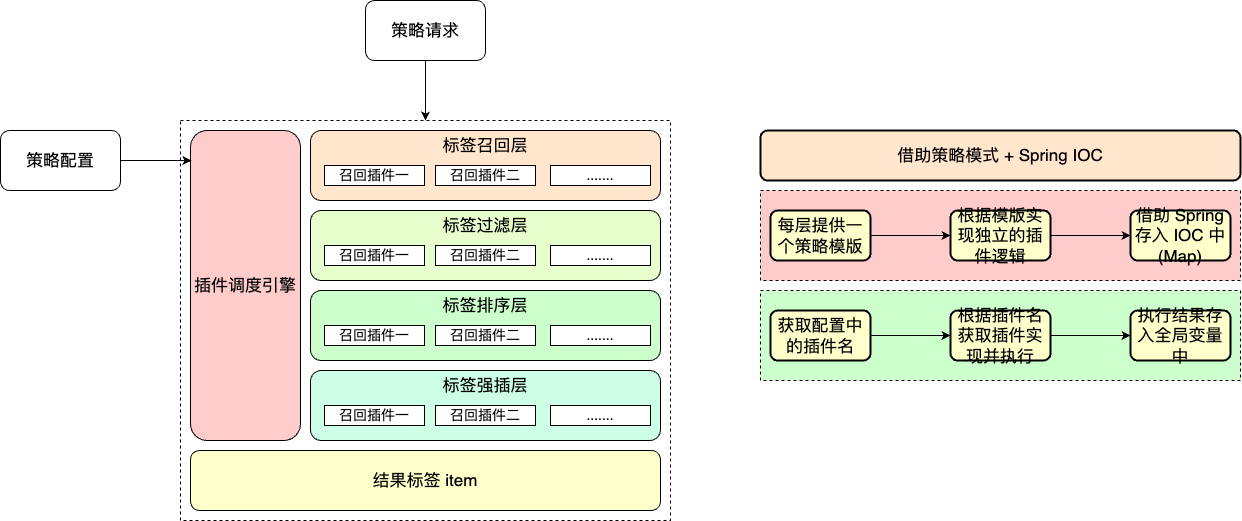
Before: work-draw-file/标签复用之详细说明.png, a diagram exported from draw.io (liujunao/draw-data). Source tidied: cells renumbered, new cells last; positions are measured from the earlier drawing's top-left corner, leaving out a move shared by most shapes.
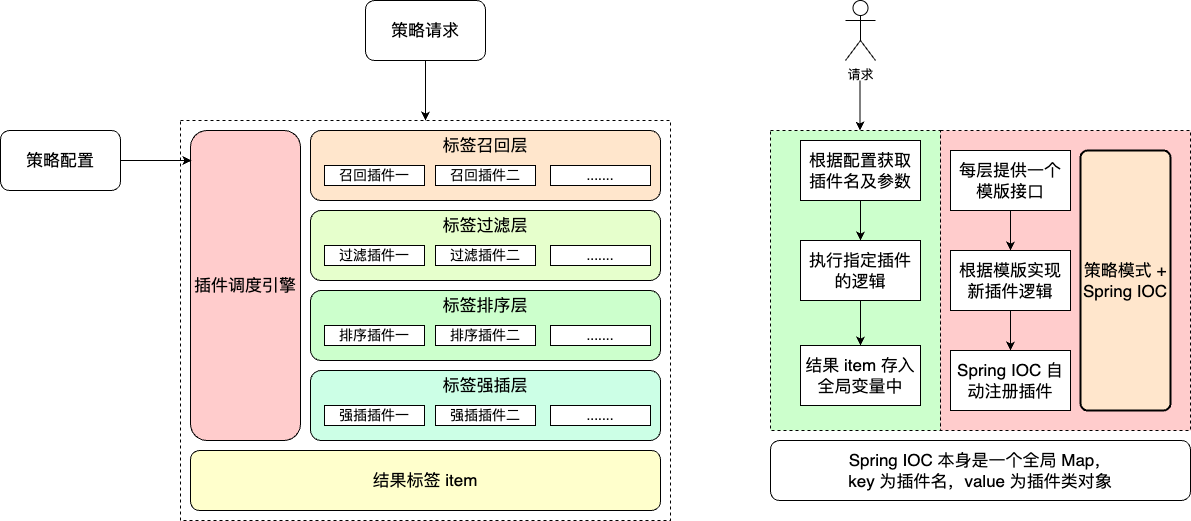
After the commit.

Commit message:
更新标签复用之详细说明.png

The edit, as a diff of the source:
```diff
@@ -6,47 +6,20 @@
       <mxGeometry x="180" y="120" width="490" height="400" as="geometry" />
     </mxCell>
     <mxCell id="3" style="rounded=0;whiteSpace=wrap;html=1;dashed=1;fillColor=#CCFFCC;" parent="1" vertex="1">
-      <mxGeometry x="760" y="290" width="480" height="90" as="geometry" />
+      <mxGeometry x="770" y="130" width="170" height="300" as="geometry" />
     </mxCell>
     <mxCell id="4" style="rounded=0;whiteSpace=wrap;html=1;dashed=1;fillColor=#FFCCCC;" parent="1" vertex="1">
-      <mxGeometry x="760" y="190" width="480" height="90" as="geometry" />
+      <mxGeometry x="940" y="130" width="250" height="300" as="geometry" />
     </mxCell>
-    <mxCell id="5" value="&lt;font style=&quot;font-size: 17px;&quot;&gt;借助策略模式 + Spring IOC&lt;/font&gt;" style="rounded=1;whiteSpace=wrap;html=1;absoluteArcSize=1;arcSize=14;strokeWidth=2;fillColor=#FFE6CC;" parent="1" vertex="1">
-      <mxGeometry x="760" y="130" width="480" height="50" as="geometry" />
+    <mxCell id="5" value="&lt;font style=&quot;font-size: 17px;&quot;&gt;策略模式 + Spring IOC&lt;/font&gt;" style="rounded=1;whiteSpace=wrap;html=1;absoluteArcSize=1;arcSize=14;strokeWidth=2;fillColor=#FFE6CC;" parent="1" vertex="1">
+      <mxGeometry x="1080" y="150" width="90" height="260" as="geometry" />
     </mxCell>
-    <mxCell id="6" style="edgeStyle=orthogonalEdgeStyle;rounded=0;jettySize=auto;html=1;exitX=1;exitY=0.5;exitDx=0;exitDy=0;" parent="1" edge="1" source="7" target="9">
-      <mxGeometry relative="1" as="geometry" />
-    </mxCell>
-    <mxCell id="7" value="&lt;font style=&quot;font-size: 17px;&quot;&gt;每层提供一个策略模版&lt;/font&gt;" style="rounded=1;whiteSpace=wrap;html=1;absoluteArcSize=1;arcSize=14;strokeWidth=2;fillColor=#FFFFCC;" parent="1" vertex="1">
-      <mxGeometry x="770" y="210" width="100" height="50" as="geometry" />
-    </mxCell>
-    <mxCell id="8" style="edgeStyle=orthogonalEdgeStyle;rounded=0;jettySize=auto;html=1;exitX=1;exitY=0.5;exitDx=0;exitDy=0;" parent="1" edge="1" source="9" target="10">
-      <mxGeometry relative="1" as="geometry" />
-    </mxCell>
-    <mxCell id="9" value="&lt;font style=&quot;font-size: 17px;&quot;&gt;根据模版实现独立的插件逻辑&lt;/font&gt;" style="rounded=1;whiteSpace=wrap;html=1;absoluteArcSize=1;arcSize=14;strokeWidth=2;fillColor=#FFFFCC;" parent="1" vertex="1">
-      <mxGeometry x="950" y="210" width="100" height="50" as="geometry" />
-    </mxCell>
-    <mxCell id="10" value="&lt;font style=&quot;font-size: 17px;&quot;&gt;借助 Spring 存入 IOC 中(Map)&lt;/font&gt;" style="rounded=1;whiteSpace=wrap;html=1;absoluteArcSize=1;arcSize=14;strokeWidth=2;fillColor=#FFFFCC;" parent="1" vertex="1">
-      <mxGeometry x="1130" y="210" width="100" height="50" as="geometry" />
-    </mxCell>
-    <mxCell id="11" style="edgeStyle=orthogonalEdgeStyle;rounded=0;orthogonalLoop=1;jettySize=auto;html=1;exitX=0.5;exitY=1;exitDx=0;exitDy=0;" parent="1" edge="1" source="10" target="10">
-      <mxGeometry relative="1" as="geometry" />
+    <mxCell id="11" style="edgeStyle=orthogonalEdgeStyle;rounded=0;orthogonalLoop=1;jettySize=auto;html=1;exitX=0.5;exitY=1;exitDx=0;exitDy=0;" parent="1" edge="1">
+      <mxGeometry relative="1" as="geometry">
+        <mxPoint x="950" y="270" as="sourcePoint" />
+        <mxPoint x="950" y="270" as="targetPoint" />
+      </mxGeometry>
     </mxCell>
-    <mxCell id="12" value="&lt;font style=&quot;font-size: 17px;&quot;&gt;执行结果存入全局变量中&lt;/font&gt;" style="rounded=1;whiteSpace=wrap;html=1;absoluteArcSize=1;arcSize=14;strokeWidth=2;fillColor=#FFFFCC;" parent="1" vertex="1">
-      <mxGeometry x="1130" y="310" width="100" height="50" as="geometry" />
-    </mxCell>
-    <mxCell id="13" style="edgeStyle=orthogonalEdgeStyle;rounded=0;jettySize=auto;html=1;exitX=1;exitY=0.5;exitDx=0;exitDy=0;entryX=0;entryY=0.5;entryDx=0;entryDy=0;" parent="1" edge="1" source="14" target="12">
-      <mxGeometry relative="1" as="geometry" />
-    </mxCell>
-    <mxCell id="14" value="&lt;font style=&quot;font-size: 17px;&quot;&gt;根据插件名获取插件实现并执行&lt;/font&gt;" style="rounded=1;whiteSpace=wrap;html=1;absoluteArcSize=1;arcSize=14;strokeWidth=2;fillColor=#FFFFCC;" parent="1" vertex="1">
-      <mxGeometry x="950" y="310" width="100" height="50" as="geometry" />
-    </mxCell>
-    <mxCell id="15" style="edgeStyle=orthogonalEdgeStyle;rounded=0;jettySize=auto;html=1;exitX=1;exitY=0.5;exitDx=0;exitDy=0;" parent="1" edge="1" source="16" target="14">
-      <mxGeometry relative="1" as="geometry" />
-    </mxCell>
-    <mxCell id="16" value="&lt;font style=&quot;font-size: 17px;&quot;&gt;获取配置中的插件名&lt;/font&gt;" style="rounded=1;whiteSpace=wrap;html=1;absoluteArcSize=1;arcSize=14;strokeWidth=2;fillColor=#FFFFCC;" parent="1" vertex="1">
-      <mxGeometry x="770" y="310" width="100" height="50" as="geometry" />
-    </mxCell>
     <mxCell id="17" value="&lt;font size=&quot;3&quot;&gt;标签召回层&lt;br&gt;&lt;br&gt;&lt;br&gt;&lt;/font&gt;" style="rounded=1;whiteSpace=wrap;html=1;fillColor=#FFE6CC;" parent="1" vertex="1">
       <mxGeometry x="310" y="130" width="350" height="70" as="geometry" />
     </mxCell>
@@ -77,10 +50,10 @@
     <mxCell id="26" value="&lt;font size=&quot;3&quot;&gt;标签过滤层&lt;br&gt;&lt;br&gt;&lt;br&gt;&lt;/font&gt;" style="rounded=1;whiteSpace=wrap;html=1;fillColor=#E6FFCC;" parent="1" vertex="1">
       <mxGeometry x="310" y="210" width="350" height="70" as="geometry" />
     </mxCell>
-    <mxCell id="27" value="&lt;font style=&quot;font-size: 14px;&quot;&gt;召回插件一&lt;/font&gt;" style="rounded=0;whiteSpace=wrap;html=1;" parent="1" vertex="1">
+    <mxCell id="27" value="&lt;font style=&quot;font-size: 14px;&quot;&gt;过滤插件一&lt;/font&gt;" style="rounded=0;whiteSpace=wrap;html=1;" parent="1" vertex="1">
       <mxGeometry x="324" y="245" width="100" height="20" as="geometry" />
     </mxCell>
-    <mxCell id="28" value="&lt;font style=&quot;font-size: 14px;&quot;&gt;召回插件二&lt;/font&gt;" style="rounded=0;whiteSpace=wrap;html=1;" parent="1" vertex="1">
+    <mxCell id="28" value="&lt;font style=&quot;font-size: 14px;&quot;&gt;过滤插件二&lt;/font&gt;" style="rounded=0;whiteSpace=wrap;html=1;" parent="1" vertex="1">
       <mxGeometry x="435" y="245" width="100" height="20" as="geometry" />
     </mxCell>
     <mxCell id="29" value="&lt;font style=&quot;font-size: 14px;&quot;&gt;.......&lt;/font&gt;" style="rounded=0;whiteSpace=wrap;html=1;" parent="1" vertex="1">
@@ -89,10 +62,10 @@
     <mxCell id="30" value="&lt;font size=&quot;3&quot;&gt;标签排序层&lt;br&gt;&lt;br&gt;&lt;br&gt;&lt;/font&gt;" style="rounded=1;whiteSpace=wrap;html=1;fillColor=#CCFFCC;" parent="1" vertex="1">
       <mxGeometry x="310" y="290" width="350" height="70" as="geometry" />
     </mxCell>
-    <mxCell id="31" value="&lt;font style=&quot;font-size: 14px;&quot;&gt;召回插件一&lt;/font&gt;" style="rounded=0;whiteSpace=wrap;html=1;" parent="1" vertex="1">
+    <mxCell id="31" value="&lt;font style=&quot;font-size: 14px;&quot;&gt;排序插件一&lt;/font&gt;" style="rounded=0;whiteSpace=wrap;html=1;" parent="1" vertex="1">
       <mxGeometry x="324" y="325" width="100" height="20" as="geometry" />
     </mxCell>
-    <mxCell id="32" value="&lt;font style=&quot;font-size: 14px;&quot;&gt;召回插件二&lt;/font&gt;" style="rounded=0;whiteSpace=wrap;html=1;" parent="1" vertex="1">
+    <mxCell id="32" value="&lt;font style=&quot;font-size: 14px;&quot;&gt;排序插件二&lt;/font&gt;" style="rounded=0;whiteSpace=wrap;html=1;" parent="1" vertex="1">
       <mxGeometry x="435" y="325" width="100" height="20" as="geometry" />
     </mxCell>
     <mxCell id="33" value="&lt;font style=&quot;font-size: 14px;&quot;&gt;.......&lt;/font&gt;" style="rounded=0;whiteSpace=wrap;html=1;" parent="1" vertex="1">
@@ -101,10 +74,10 @@
     <mxCell id="34" value="&lt;font size=&quot;3&quot;&gt;标签强插层&lt;br&gt;&lt;br&gt;&lt;br&gt;&lt;/font&gt;" style="rounded=1;whiteSpace=wrap;html=1;fillColor=#CCFFE6;" parent="1" vertex="1">
       <mxGeometry x="310" y="370" width="350" height="70" as="geometry" />
     </mxCell>
-    <mxCell id="35" value="&lt;font style=&quot;font-size: 14px;&quot;&gt;召回插件一&lt;/font&gt;" style="rounded=0;whiteSpace=wrap;html=1;" parent="1" vertex="1">
+    <mxCell id="35" value="&lt;font style=&quot;font-size: 14px;&quot;&gt;强插插件一&lt;/font&gt;" style="rounded=0;whiteSpace=wrap;html=1;" parent="1" vertex="1">
       <mxGeometry x="324" y="405" width="100" height="20" as="geometry" />
     </mxCell>
-    <mxCell id="36" value="&lt;font style=&quot;font-size: 14px;&quot;&gt;召回插件二&lt;/font&gt;" style="rounded=0;whiteSpace=wrap;html=1;" parent="1" vertex="1">
+    <mxCell id="36" value="&lt;font style=&quot;font-size: 14px;&quot;&gt;强插插件二&lt;/font&gt;" style="rounded=0;whiteSpace=wrap;html=1;" parent="1" vertex="1">
       <mxGeometry x="435" y="405" width="100" height="20" as="geometry" />
     </mxCell>
     <mxCell id="37" value="&lt;font style=&quot;font-size: 14px;&quot;&gt;.......&lt;/font&gt;" style="rounded=0;whiteSpace=wrap;html=1;" parent="1" vertex="1">
@@ -113,5 +86,47 @@
     <mxCell id="38" style="edgeStyle=orthogonalEdgeStyle;rounded=0;jettySize=auto;html=1;exitX=1;exitY=0.5;exitDx=0;exitDy=0;entryX=0.009;entryY=0.097;entryDx=0;entryDy=0;entryPerimeter=0;" parent="1" edge="1" source="20" target="18">
       <mxGeometry relative="1" as="geometry" />
     </mxCell>
+    <mxCell id="39" style="edgeStyle=orthogonalEdgeStyle;rounded=0;jettySize=auto;html=1;exitX=0.5;exitY=1;exitDx=0;exitDy=0;entryX=0.5;entryY=0;entryDx=0;entryDy=0;" parent="1" edge="1" source="40" target="42">
+      <mxGeometry relative="1" as="geometry" />
+    </mxCell>
+    <mxCell id="40" value="&lt;font style=&quot;font-size: 17px;&quot;&gt;每层提供一个模版接口&lt;/font&gt;" style="rounded=0;whiteSpace=wrap;html=1;" parent="1" vertex="1">
+      <mxGeometry x="950" y="150" width="120" height="60" as="geometry" />
+    </mxCell>
+    <mxCell id="41" style="edgeStyle=orthogonalEdgeStyle;rounded=0;jettySize=auto;html=1;exitX=0.5;exitY=1;exitDx=0;exitDy=0;entryX=0.5;entryY=0;entryDx=0;entryDy=0;" parent="1" edge="1" source="42" target="43">
+      <mxGeometry relative="1" as="geometry" />
+    </mxCell>
+    <mxCell id="42" value="&lt;font style=&quot;font-size: 17px;&quot;&gt;根据模版实现新插件逻辑&lt;/font&gt;" style="rounded=0;whiteSpace=wrap;html=1;" parent="1" vertex="1">
+      <mxGeometry x="950" y="250" width="120" height="60" as="geometry" />
+    </mxCell>
+    <mxCell id="43" value="&lt;font size=&quot;3&quot;&gt;Spring IOC 自动注册插件&lt;/font&gt;" style="rounded=0;whiteSpace=wrap;html=1;" parent="1" vertex="1">
+      <mxGeometry x="950" y="350" width="120" height="60" as="geometry" />
+    </mxCell>
+    <mxCell id="44" style="edgeStyle=orthogonalEdgeStyle;rounded=0;jettySize=auto;html=1;exitX=0.5;exitY=1;exitDx=0;exitDy=0;" parent="1" edge="1" source="45" target="47">
+      <mxGeometry relative="1" as="geometry" />
+    </mxCell>
+    <mxCell id="45" value="&lt;font size=&quot;3&quot;&gt;根据配置获取插件名及参数&lt;/font&gt;" style="rounded=0;whiteSpace=wrap;html=1;" parent="1" vertex="1">
+      <mxGeometry x="800" y="140" width="120" height="60" as="geometry" />
+    </mxCell>
+    <mxCell id="46" style="edgeStyle=orthogonalEdgeStyle;rounded=0;jettySize=auto;html=1;exitX=0.5;exitY=1;exitDx=0;exitDy=0;entryX=0.5;entryY=0;entryDx=0;entryDy=0;" parent="1" edge="1" source="47" target="48">
+      <mxGeometry relative="1" as="geometry" />
+    </mxCell>
+    <mxCell id="47" value="&lt;font size=&quot;3&quot;&gt;执行指定插件的逻辑&lt;/font&gt;" style="rounded=0;whiteSpace=wrap;html=1;" parent="1" vertex="1">
+      <mxGeometry x="800" y="240" width="120" height="60" as="geometry" />
+    </mxCell>
+    <mxCell id="48" value="&lt;font size=&quot;3&quot;&gt;结果 item 存入全局变量中&lt;/font&gt;" style="rounded=0;whiteSpace=wrap;html=1;" parent="1" vertex="1">
+      <mxGeometry x="800" y="345" width="120" height="60" as="geometry" />
+    </mxCell>
+    <mxCell id="49" value="&lt;font size=&quot;3&quot;&gt;Spring IOC 本身是一个全局 Map，&lt;br&gt;key 为插件名，value 为插件类对象&lt;/font&gt;" style="rounded=1;whiteSpace=wrap;html=1;" parent="1" vertex="1">
+      <mxGeometry x="770" y="440" width="420" height="60" as="geometry" />
+    </mxCell>
+    <mxCell id="50" value="请求" style="shape=umlActor;verticalLabelPosition=bottom;verticalAlign=top;html=1;" parent="1" vertex="1">
+      <mxGeometry x="845" width="30" height="60" as="geometry" />
+    </mxCell>
+    <mxCell id="51" style="endArrow=classic;html=1;rounded=0;" parent="1" edge="1">
+      <mxGeometry relative="1" as="geometry">
+        <mxPoint x="859.5" y="80" as="sourcePoint" />
+        <mxPoint x="859.5" y="130" as="targetPoint" />
+      </mxGeometry>
+    </mxCell>
   </root>
 </mxGraphModel>
```
